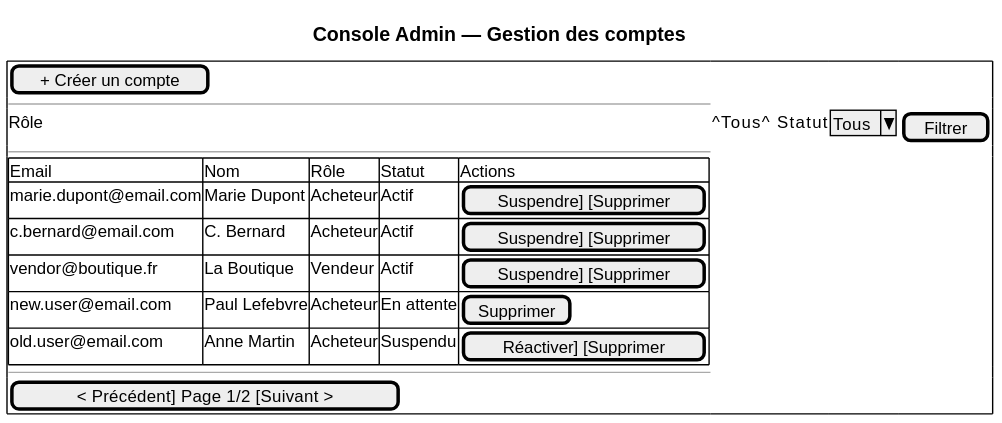
The PlantUML diagram architecture/04-physical-architecture/diagrams/ihm-admin-comptes.svg in louistalvande/online_shop, before a commit.
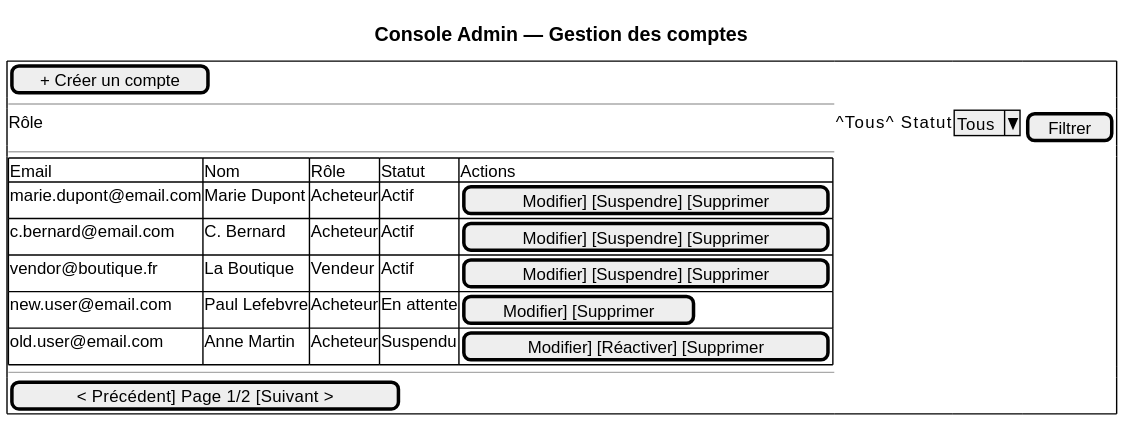
After the change.

What changed in the source:
```diff
@@ -8,11 +8,11 @@
   --
   {#
     Email                    | Nom            | Rôle     | Statut    | Actions
-    marie.dupont@email.com   | Marie Dupont   | Acheteur | Actif     | [Suspendre] [Supprimer]
-    c.bernard@email.com      | C. Bernard     | Acheteur | Actif     | [Suspendre] [Supprimer]
-    vendor@boutique.fr       | La Boutique    | Vendeur  | Actif     | [Suspendre] [Supprimer]
-    new.user@email.com       | Paul Lefebvre  | Acheteur | En attente| [Supprimer]
-    old.user@email.com       | Anne Martin    | Acheteur | Suspendu  | [Réactiver] [Supprimer]
+    marie.dupont@email.com   | Marie Dupont   | Acheteur | Actif     | [Modifier] [Suspendre] [Supprimer]
+    c.bernard@email.com      | C. Bernard     | Acheteur | Actif     | [Modifier] [Suspendre] [Supprimer]
+    vendor@boutique.fr       | La Boutique    | Vendeur  | Actif     | [Modifier] [Suspendre] [Supprimer]
+    new.user@email.com       | Paul Lefebvre  | Acheteur | En attente| [Modifier] [Supprimer]
+    old.user@email.com       | Anne Martin    | Acheteur | Suspendu  | [Modifier] [Réactiver] [Supprimer]
   }
   --
   [< Précédent]  Page 1/2  [Suivant >]
```
